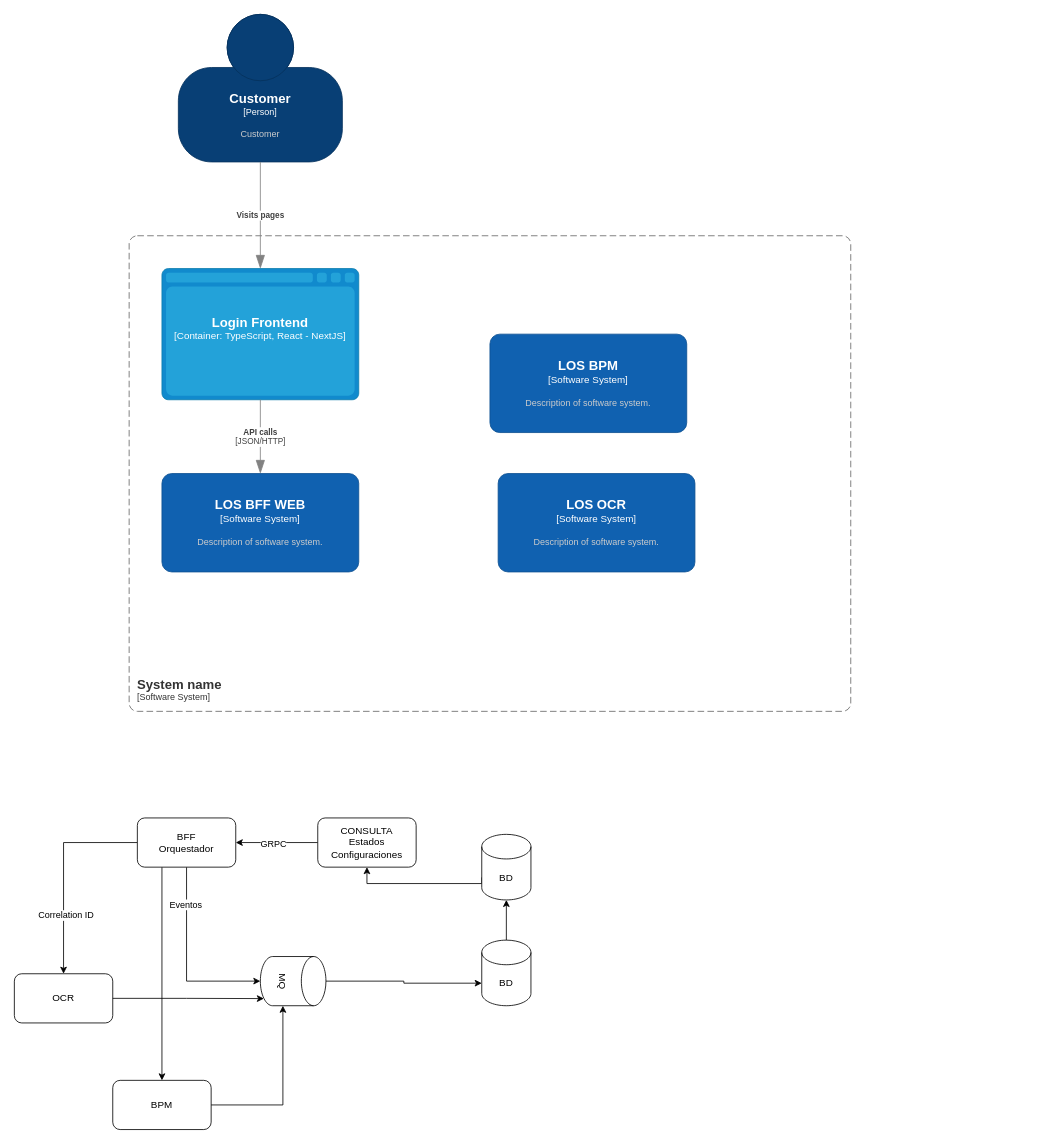
CdeT-Comite-de-Transformacion/LOS_Docs keeps this draw.io diagram as page "C1" (1 of 2) of los-bff-arqs.drawio. Above is the earlier version. Source tidied: cells renumbered, new cells numbered last; positions are measured from the earlier drawing's top-left corner, leaving out a move shared by most shapes. Both pictures are drawn from the tidied source at 82%, with x=0, y=0 at pixel (14, 14).
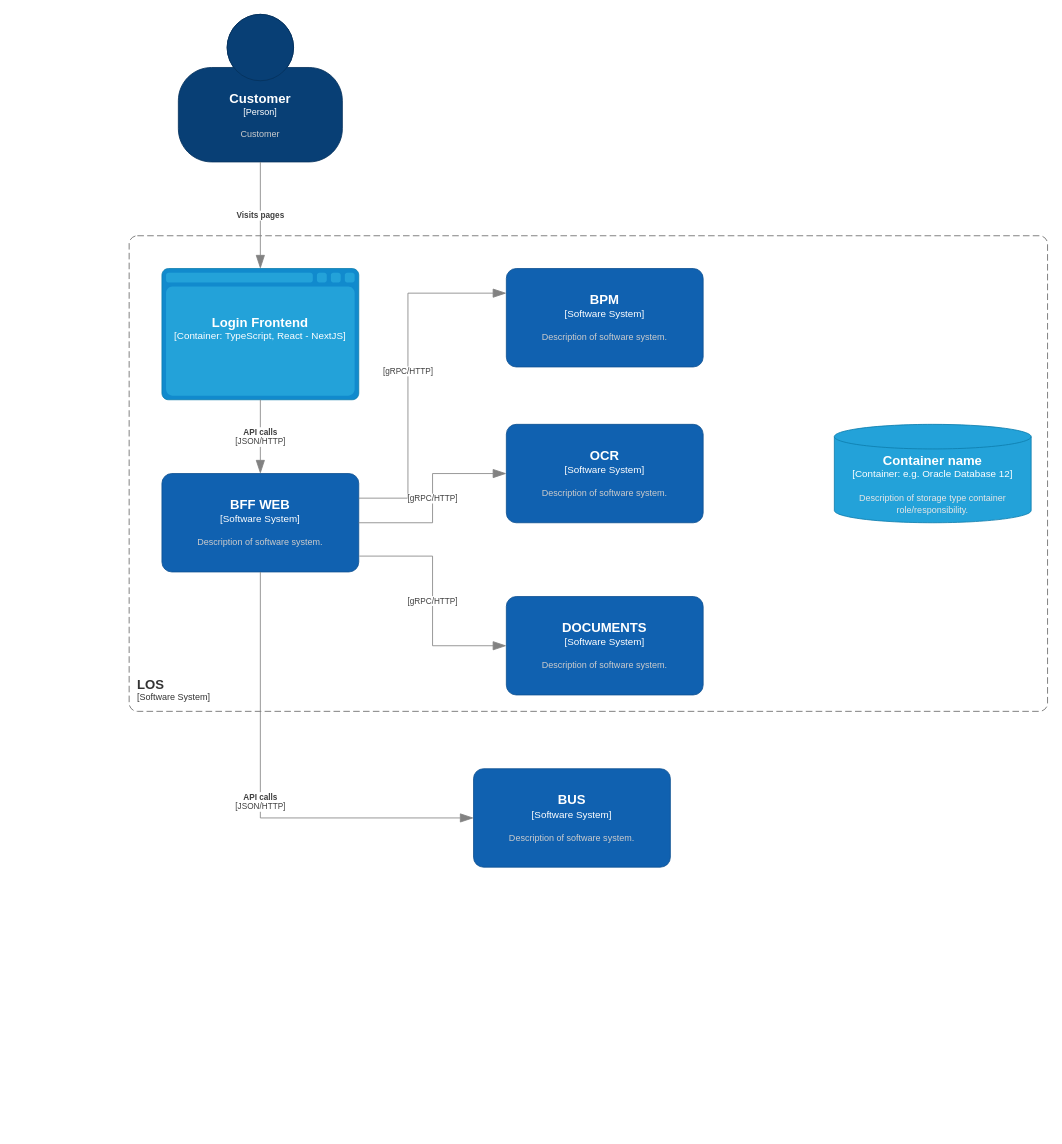
The same page after the edit.

Change to the diagram source:
```diff
@@
-    <object id="4" label="&lt;font style=&quot;font-size: 16px&quot;&gt;&lt;b&gt;&lt;div style=&quot;text-align: left&quot;&gt;%c4Name%&lt;/div&gt;&lt;/b&gt;&lt;/font&gt;&lt;div style=&quot;text-align: left&quot;&gt;[%c4Application%]&lt;/div&gt;" c4Application="Software System" c4Name="System name" placeholders="1">
+    <object id="4" label="&lt;font style=&quot;font-size: 16px&quot;&gt;&lt;b&gt;&lt;div style=&quot;text-align: left&quot;&gt;%c4Name%&lt;/div&gt;&lt;/b&gt;&lt;/font&gt;&lt;div style=&quot;text-align: left&quot;&gt;[%c4Application%]&lt;/div&gt;" c4Application="Software System" c4Name="LOS" placeholders="1">
       <mxCell style="rounded=1;fontSize=11;whiteSpace=wrap;html=1;dashed=1;arcSize=20;fillColor=none;strokeColor=#666666;fontColor=#333333;labelBackgroundColor=none;align=left;verticalAlign=bottom;labelBorderColor=none;spacingTop=0;spacing=10;dashPattern=8 4;perimeter=rectanglePerimeter;noLabel=0;labelPadding=0;absoluteArcSize=1;" parent="1" vertex="1">
-        <mxGeometry x="140" y="270" width="880" height="580" as="geometry" />
+        <mxGeometry x="140" y="270" width="1120" height="580" as="geometry" />
       </mxCell>
     </object>
@@
-    <object id="6" label="&lt;font style=&quot;font-size: 16px&quot;&gt;&lt;b&gt;%c4Name%&lt;/b&gt;&lt;/font&gt;&lt;div&gt;[%c4Type%]&lt;/div&gt;&lt;br&gt;&lt;div&gt;&lt;font style=&quot;font-size: 11px&quot;&gt;&lt;font color=&quot;#cccccc&quot;&gt;%c4Description%&lt;/font&gt;&lt;/div&gt;" c4Description="Description of software system." c4Name="LOS BFF WEB" c4Type="Software System" placeholders="1">
+    <object id="6" label="&lt;font style=&quot;font-size: 16px&quot;&gt;&lt;b&gt;%c4Name%&lt;/b&gt;&lt;/font&gt;&lt;div&gt;[%c4Type%]&lt;/div&gt;&lt;br&gt;&lt;div&gt;&lt;font style=&quot;font-size: 11px&quot;&gt;&lt;font color=&quot;#cccccc&quot;&gt;%c4Description%&lt;/font&gt;&lt;/div&gt;" c4Description="Description of software system." c4Name="BFF WEB" c4Type="Software System" placeholders="1">
       <mxCell style="rounded=1;whiteSpace=wrap;html=1;labelBackgroundColor=none;fillColor=#1061B0;fontColor=#ffffff;align=center;arcSize=10;strokeColor=#0D5091;points=[[0.25,0,0],[0.5,0,0],[0.75,0,0],[1,0.25,0],[1,0.5,0],[1,0.75,0],[0.75,1,0],[0.5,1,0],[0.25,1,0],[0,0.75,0],[0,0.5,0],[0,0.25,0]];" parent="1" vertex="1">
         <mxGeometry x="180" y="560" width="240" height="120" as="geometry" />
       </mxCell>
     </object>
-    <object id="7" label="&lt;font style=&quot;font-size: 16px&quot;&gt;&lt;b&gt;%c4Name%&lt;/b&gt;&lt;/font&gt;&lt;div&gt;[%c4Type%]&lt;/div&gt;&lt;br&gt;&lt;div&gt;&lt;font style=&quot;font-size: 11px&quot;&gt;&lt;font color=&quot;#cccccc&quot;&gt;%c4Description%&lt;/font&gt;&lt;/div&gt;" c4Description="Description of software system." c4Name="LOS BPM" c4Type="Software System" placeholders="1">
+    <object id="7" label="&lt;font style=&quot;font-size: 16px&quot;&gt;&lt;b&gt;%c4Name%&lt;/b&gt;&lt;/font&gt;&lt;div&gt;[%c4Type%]&lt;/div&gt;&lt;br&gt;&lt;div&gt;&lt;font style=&quot;font-size: 11px&quot;&gt;&lt;font color=&quot;#cccccc&quot;&gt;%c4Description%&lt;/font&gt;&lt;/div&gt;" c4Description="Description of software system." c4Name="BPM" c4Type="Software System" placeholders="1">
       <mxCell style="rounded=1;whiteSpace=wrap;html=1;labelBackgroundColor=none;fillColor=#1061B0;fontColor=#ffffff;align=center;arcSize=10;strokeColor=#0D5091;points=[[0.25,0,0],[0.5,0,0],[0.75,0,0],[1,0.25,0],[1,0.5,0],[1,0.75,0],[0.75,1,0],[0.5,1,0],[0.25,1,0],[0,0.75,0],[0,0.5,0],[0,0.25,0]];" parent="1" vertex="1">
-        <mxGeometry x="580" y="390" width="240" height="120" as="geometry" />
+        <mxGeometry x="600" y="310" width="240" height="120" as="geometry" />
       </mxCell>
     </object>
@@
-    <object id="9" label="&lt;font style=&quot;font-size: 16px&quot;&gt;&lt;b&gt;%c4Name%&lt;/b&gt;&lt;/font&gt;&lt;div&gt;[%c4Type%]&lt;/div&gt;&lt;br&gt;&lt;div&gt;&lt;font style=&quot;font-size: 11px&quot;&gt;&lt;font color=&quot;#cccccc&quot;&gt;%c4Description%&lt;/font&gt;&lt;/div&gt;" c4Description="Description of software system." c4Name="LOS OCR" c4Type="Software System" placeholders="1">
+    <object id="9" label="&lt;font style=&quot;font-size: 16px&quot;&gt;&lt;b&gt;%c4Name%&lt;/b&gt;&lt;/font&gt;&lt;div&gt;[%c4Type%]&lt;/div&gt;&lt;br&gt;&lt;div&gt;&lt;font style=&quot;font-size: 11px&quot;&gt;&lt;font color=&quot;#cccccc&quot;&gt;%c4Description%&lt;/font&gt;&lt;/div&gt;" c4Description="Description of software system." c4Name="OCR" c4Type="Software System" placeholders="1">
       <mxCell style="rounded=1;whiteSpace=wrap;html=1;labelBackgroundColor=none;fillColor=#1061B0;fontColor=#ffffff;align=center;arcSize=10;strokeColor=#0D5091;points=[[0.25,0,0],[0.5,0,0],[0.75,0,0],[1,0.25,0],[1,0.5,0],[1,0.75,0],[0.75,1,0],[0.5,1,0],[0.25,1,0],[0,0.75,0],[0,0.5,0],[0,0.25,0]];" parent="1" vertex="1">
-        <mxGeometry x="590" y="560" width="240" height="120" as="geometry" />
+        <mxGeometry x="600" y="500" width="240" height="120" as="geometry" />
       </mxCell>
     </object>
-    <mxCell id="10" style="edgeStyle=orthogonalEdgeStyle;rounded=0;jettySize=auto;html=1;exitX=1;exitY=0.5;exitDx=0;exitDy=0;startArrow=classic;startFill=1;endArrow=none;endFill=0;" parent="1" edge="1" source="17" target="18">
-      <mxGeometry relative="1" as="geometry" />
-    </mxCell>
-    <mxCell id="11" value="GRPC" style="edgeLabel;html=1;align=center;verticalAlign=middle;" parent="10" vertex="1">
-      <mxGeometry x="-0.11" y="-1" relative="1" as="geometry" />
-    </mxCell>
-    <mxCell id="12" style="edgeStyle=orthogonalEdgeStyle;rounded=0;jettySize=auto;html=1;exitX=0.5;exitY=1;exitDx=0;exitDy=0;entryX=0.5;entryY=1;entryDx=0;entryDy=0;entryPerimeter=0;" parent="1" edge="1" source="17" target="21">
-      <mxGeometry relative="1" as="geometry" />
-    </mxCell>
-    <mxCell id="13" value="Eventos" style="edgeLabel;html=1;align=center;verticalAlign=middle;" parent="12" vertex="1">
-      <mxGeometry x="-0.61" y="-2" relative="1" as="geometry" />
-    </mxCell>
-    <mxCell id="14" style="edgeStyle=orthogonalEdgeStyle;rounded=0;jettySize=auto;html=1;exitX=0.25;exitY=1;exitDx=0;exitDy=0;entryX=0.5;entryY=0;entryDx=0;entryDy=0;" parent="1" edge="1" source="17" target="25">
-      <mxGeometry relative="1" as="geometry" />
-    </mxCell>
-    <mxCell id="15" style="edgeStyle=orthogonalEdgeStyle;rounded=0;jettySize=auto;html=1;exitX=0;exitY=0.5;exitDx=0;exitDy=0;entryX=0.5;entryY=0;entryDx=0;entryDy=0;" parent="1" edge="1" source="17" target="27">
-      <mxGeometry relative="1" as="geometry" />
-    </mxCell>
-    <mxCell id="16" value="Correlation ID" style="edgeLabel;html=1;align=center;verticalAlign=middle;" parent="15" vertex="1">
-      <mxGeometry x="0.42" y="2" relative="1" as="geometry" />
-    </mxCell>
-    <mxCell id="17" value="BFF&lt;div&gt;Orquestador&lt;/div&gt;" style="rounded=1;whiteSpace=wrap;html=1;" parent="1" vertex="1">
-      <mxGeometry x="150" y="980" width="120" height="60" as="geometry" />
-    </mxCell>
-    <mxCell id="18" value="CONSULTA&lt;div&gt;Estados&lt;/div&gt;&lt;div&gt;Configuraciones&lt;/div&gt;" style="rounded=1;whiteSpace=wrap;html=1;" parent="1" vertex="1">
-      <mxGeometry x="370" y="980" width="120" height="60" as="geometry" />
-    </mxCell>
-    <mxCell id="19" style="edgeStyle=orthogonalEdgeStyle;rounded=0;jettySize=auto;html=1;entryX=0;entryY=0;entryDx=0;entryDy=52.5;entryPerimeter=0;exitX=0.5;exitY=1;exitDx=0;exitDy=0;startArrow=classic;startFill=1;endArrow=none;endFill=0;" parent="1" edge="1" source="18" target="23">
-      <mxGeometry relative="1" as="geometry">
-        <Array as="points">
-          <mxPoint x="430" y="1060" />
-          <mxPoint x="570" y="1060" />
-        </Array>
-      </mxGeometry>
-    </mxCell>
-    <mxCell id="20" value="BD" style="shape=cylinder3;whiteSpace=wrap;html=1;boundedLbl=1;backgroundOutline=1;size=15;" parent="1" vertex="1">
-      <mxGeometry x="570" y="1129" width="60" height="80" as="geometry" />
-    </mxCell>
-    <mxCell id="21" value="MQ" style="shape=cylinder3;whiteSpace=wrap;html=1;boundedLbl=1;backgroundOutline=1;size=15;rotation=90;" parent="1" vertex="1">
-      <mxGeometry x="310" y="1139" width="60" height="80" as="geometry" />
-    </mxCell>
-    <mxCell id="22" style="edgeStyle=orthogonalEdgeStyle;rounded=0;jettySize=auto;html=1;exitX=0.5;exitY=0;exitDx=0;exitDy=0;exitPerimeter=0;entryX=0;entryY=0;entryDx=0;entryDy=52.5;entryPerimeter=0;" parent="1" edge="1" source="21" target="20">
-      <mxGeometry relative="1" as="geometry" />
-    </mxCell>
-    <mxCell id="23" value="BD" style="shape=cylinder3;whiteSpace=wrap;html=1;boundedLbl=1;backgroundOutline=1;size=15;" parent="1" vertex="1">
-      <mxGeometry x="570" y="1000" width="60" height="80" as="geometry" />
-    </mxCell>
-    <mxCell id="24" style="edgeStyle=orthogonalEdgeStyle;rounded=0;jettySize=auto;html=1;exitX=0.5;exitY=0;exitDx=0;exitDy=0;exitPerimeter=0;entryX=0.5;entryY=1;entryDx=0;entryDy=0;entryPerimeter=0;" parent="1" edge="1" source="20" target="23">
-      <mxGeometry relative="1" as="geometry" />
-    </mxCell>
-    <mxCell id="25" value="BPM" style="rounded=1;whiteSpace=wrap;html=1;" parent="1" vertex="1">
-      <mxGeometry x="120" y="1300" width="120" height="60" as="geometry" />
-    </mxCell>
-    <mxCell id="26" style="edgeStyle=orthogonalEdgeStyle;rounded=0;jettySize=auto;html=1;exitX=1;exitY=0.5;exitDx=0;exitDy=0;entryX=1;entryY=0;entryDx=0;entryDy=52.5;entryPerimeter=0;" parent="1" edge="1" source="25" target="21">
-      <mxGeometry relative="1" as="geometry" />
-    </mxCell>
-    <mxCell id="27" value="OCR" style="rounded=1;whiteSpace=wrap;html=1;" parent="1" vertex="1">
-      <mxGeometry y="1170" width="120" height="60" as="geometry" />
-    </mxCell>
-    <mxCell id="28" style="edgeStyle=orthogonalEdgeStyle;rounded=0;jettySize=auto;html=1;exitX=1;exitY=0.5;exitDx=0;exitDy=0;entryX=0.855;entryY=1;entryDx=0;entryDy=-4.35;entryPerimeter=0;" parent="1" edge="1" source="27" target="21">
-      <mxGeometry relative="1" as="geometry" />
-    </mxCell>
+    <object id="29" label="&lt;div style=&quot;text-align: left&quot;&gt;&lt;div style=&quot;text-align: center&quot;&gt;&lt;b&gt;%c4Description%&lt;/b&gt;&lt;/div&gt;&lt;div style=&quot;text-align: center&quot;&gt;[%c4Technology%]&lt;/div&gt;&lt;/div&gt;" c4Description="" c4Technology="gRPC/HTTP" placeholders="1">
+      <mxCell style="endArrow=blockThin;html=1;fontSize=10;fontColor=#404040;strokeWidth=1;endFill=1;strokeColor=#828282;elbow=vertical;endSize=14;startSize=14;jumpStyle=arc;jumpSize=16;rounded=0;edgeStyle=orthogonalEdgeStyle;exitX=1;exitY=0.25;exitDx=0;exitDy=0;exitPerimeter=0;entryX=0;entryY=0.25;entryDx=0;entryDy=0;entryPerimeter=0;" parent="1" edge="1" source="6" target="7">
+        <mxGeometry relative="1" as="geometry">
+          <Array as="points">
+            <mxPoint x="480" y="590" />
+            <mxPoint x="480" y="340" />
+          </Array>
+        </mxGeometry>
+      </mxCell>
+    </object>
+    <object id="30" label="&lt;div style=&quot;text-align: left&quot;&gt;&lt;div style=&quot;text-align: center&quot;&gt;&lt;b&gt;%c4Description%&lt;/b&gt;&lt;/div&gt;&lt;div style=&quot;text-align: center&quot;&gt;[%c4Technology%]&lt;/div&gt;&lt;/div&gt;" c4Description="" c4Technology="gRPC/HTTP" placeholders="1">
+      <mxCell style="endArrow=blockThin;html=1;fontSize=10;fontColor=#404040;strokeWidth=1;endFill=1;strokeColor=#828282;elbow=vertical;endSize=14;startSize=14;jumpStyle=arc;jumpSize=16;rounded=0;edgeStyle=orthogonalEdgeStyle;exitX=1;exitY=0.5;exitDx=0;exitDy=0;exitPerimeter=0;entryX=0;entryY=0.5;entryDx=0;entryDy=0;entryPerimeter=0;" parent="1" edge="1" source="6" target="9">
+        <mxGeometry relative="1" as="geometry" />
+      </mxCell>
+    </object>
+    <object id="31" label="&lt;font style=&quot;font-size: 16px&quot;&gt;&lt;b&gt;%c4Name%&lt;/b&gt;&lt;/font&gt;&lt;div&gt;[%c4Type%]&lt;/div&gt;&lt;br&gt;&lt;div&gt;&lt;font style=&quot;font-size: 11px&quot;&gt;&lt;font color=&quot;#cccccc&quot;&gt;%c4Description%&lt;/font&gt;&lt;/div&gt;" c4Description="Description of software system." c4Name="DOCUMENTS" c4Type="Software System" placeholders="1">
+      <mxCell style="rounded=1;whiteSpace=wrap;html=1;labelBackgroundColor=none;fillColor=#1061B0;fontColor=#ffffff;align=center;arcSize=10;strokeColor=#0D5091;points=[[0.25,0,0],[0.5,0,0],[0.75,0,0],[1,0.25,0],[1,0.5,0],[1,0.75,0],[0.75,1,0],[0.5,1,0],[0.25,1,0],[0,0.75,0],[0,0.5,0],[0,0.25,0]];" parent="1" vertex="1">
+        <mxGeometry x="600" y="710" width="240" height="120" as="geometry" />
+      </mxCell>
+    </object>
+    <object id="32" label="&lt;div style=&quot;text-align: left&quot;&gt;&lt;div style=&quot;text-align: center&quot;&gt;&lt;b&gt;%c4Description%&lt;/b&gt;&lt;/div&gt;&lt;div style=&quot;text-align: center&quot;&gt;[%c4Technology%]&lt;/div&gt;&lt;/div&gt;" c4Description="" c4Technology="gRPC/HTTP" placeholders="1">
+      <mxCell style="endArrow=blockThin;html=1;fontSize=10;fontColor=#404040;strokeWidth=1;endFill=1;strokeColor=#828282;elbow=vertical;endSize=14;startSize=14;jumpStyle=arc;jumpSize=16;rounded=0;edgeStyle=orthogonalEdgeStyle;exitX=1.003;exitY=0.839;exitDx=0;exitDy=0;exitPerimeter=0;entryX=0;entryY=0.5;entryDx=0;entryDy=0;entryPerimeter=0;" parent="1" edge="1" source="6" target="31">
+        <mxGeometry relative="1" as="geometry" />
+      </mxCell>
+    </object>
+    <object id="33" label="&lt;font style=&quot;font-size: 16px&quot;&gt;&lt;b&gt;%c4Name%&lt;/b&gt;&lt;/font&gt;&lt;div&gt;[%c4Type%]&lt;/div&gt;&lt;br&gt;&lt;div&gt;&lt;font style=&quot;font-size: 11px&quot;&gt;&lt;font color=&quot;#cccccc&quot;&gt;%c4Description%&lt;/font&gt;&lt;/div&gt;" c4Description="Description of software system." c4Name="BUS" c4Type="Software System" placeholders="1">
+      <mxCell style="rounded=1;whiteSpace=wrap;html=1;labelBackgroundColor=none;fillColor=#1061B0;fontColor=#ffffff;align=center;arcSize=10;strokeColor=#0D5091;points=[[0.25,0,0],[0.5,0,0],[0.75,0,0],[1,0.25,0],[1,0.5,0],[1,0.75,0],[0.75,1,0],[0.5,1,0],[0.25,1,0],[0,0.75,0],[0,0.5,0],[0,0.25,0]];" parent="1" vertex="1">
+        <mxGeometry x="560" y="920" width="240" height="120" as="geometry" />
+      </mxCell>
+    </object>
+    <object id="34" label="&lt;div style=&quot;text-align: left&quot;&gt;&lt;div style=&quot;text-align: center&quot;&gt;&lt;b&gt;%c4Description%&lt;/b&gt;&lt;/div&gt;&lt;div style=&quot;text-align: center&quot;&gt;[%c4Technology%]&lt;/div&gt;&lt;/div&gt;" c4Description="API calls" c4Technology="JSON/HTTP" placeholders="1">
+      <mxCell style="endArrow=blockThin;html=1;fontSize=10;fontColor=#404040;strokeWidth=1;endFill=1;strokeColor=#828282;elbow=vertical;endSize=14;startSize=14;jumpStyle=arc;jumpSize=16;rounded=0;edgeStyle=orthogonalEdgeStyle;entryX=0;entryY=0.5;entryDx=0;entryDy=0;entryPerimeter=0;exitX=0.5;exitY=1;exitDx=0;exitDy=0;exitPerimeter=0;" parent="1" edge="1" source="6" target="33">
+        <mxGeometry relative="1" as="geometry" />
+      </mxCell>
+    </object>
+    <object id="35" label="&lt;font style=&quot;font-size: 16px&quot;&gt;&lt;b&gt;%c4Name%&lt;/b&gt;&lt;/font&gt;&lt;div&gt;[%c4Type%:&amp;nbsp;%c4Technology%]&lt;/div&gt;&lt;br&gt;&lt;div&gt;&lt;font style=&quot;font-size: 11px&quot;&gt;&lt;font color=&quot;#E6E6E6&quot;&gt;%c4Description%&lt;/font&gt;&lt;/div&gt;" c4Description="Description of storage type container role/responsibility." c4Name="Container name" c4Technology="e.g. Oracle Database 12" c4Type="Container" placeholders="1">
+      <mxCell style="shape=cylinder3;size=15;whiteSpace=wrap;html=1;boundedLbl=1;rounded=0;labelBackgroundColor=none;fillColor=#23A2D9;fontSize=12;fontColor=#ffffff;align=center;strokeColor=#0E7DAD;" parent="1" vertex="1">
+        <mxGeometry x="1000" y="500" width="240" height="120" as="geometry" />
+      </mxCell>
+    </object>
```
